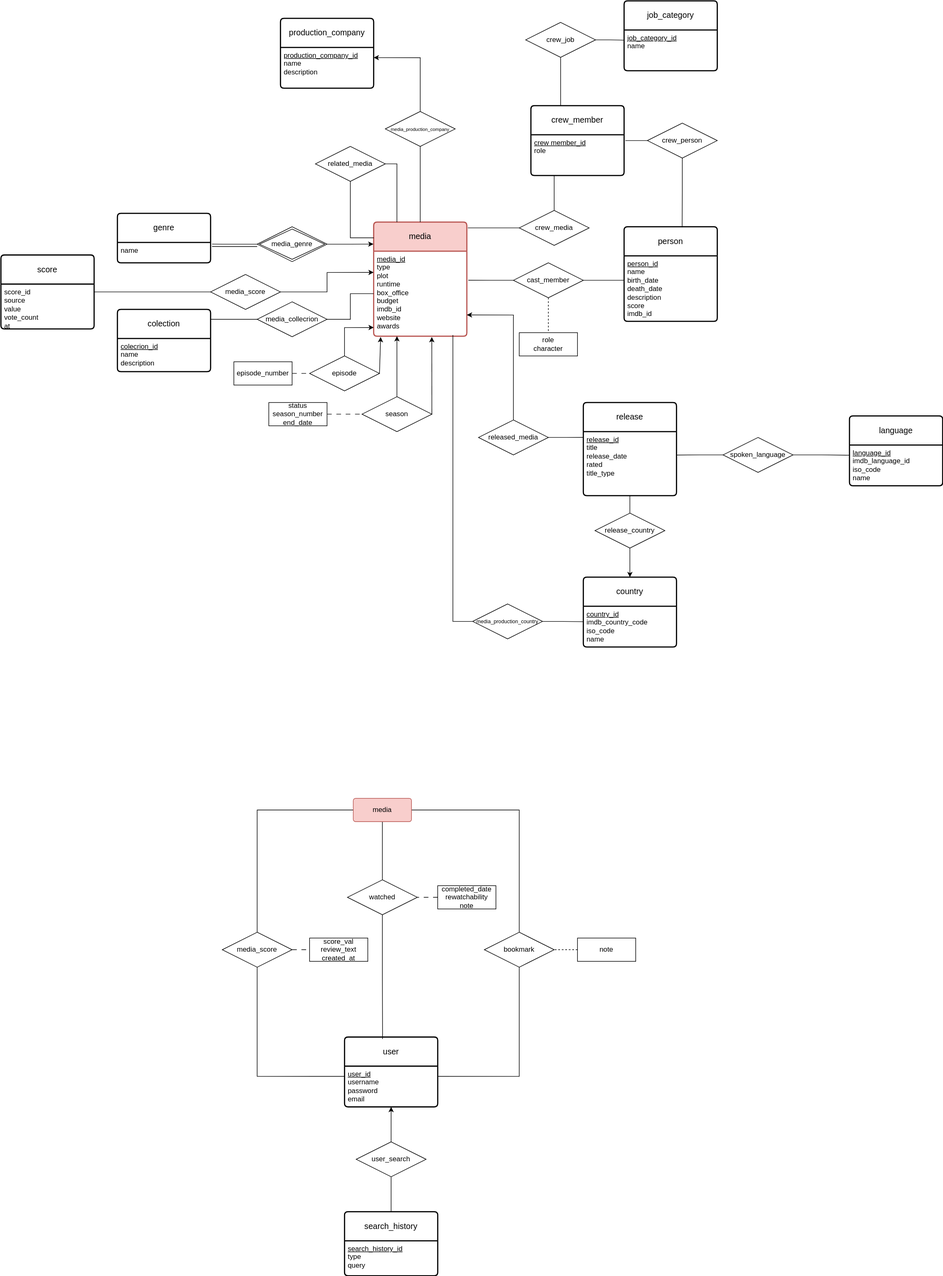
The draw.io diagram ER_diagram_handmade.drawio.svg in RUC-MSc-CS-CIT-2024/portfolio_subproject_1, before a commit. Source tidied: cells renumbered, new cells last; positions are measured from the earlier drawing's top-left corner, leaving out a move shared by most shapes.
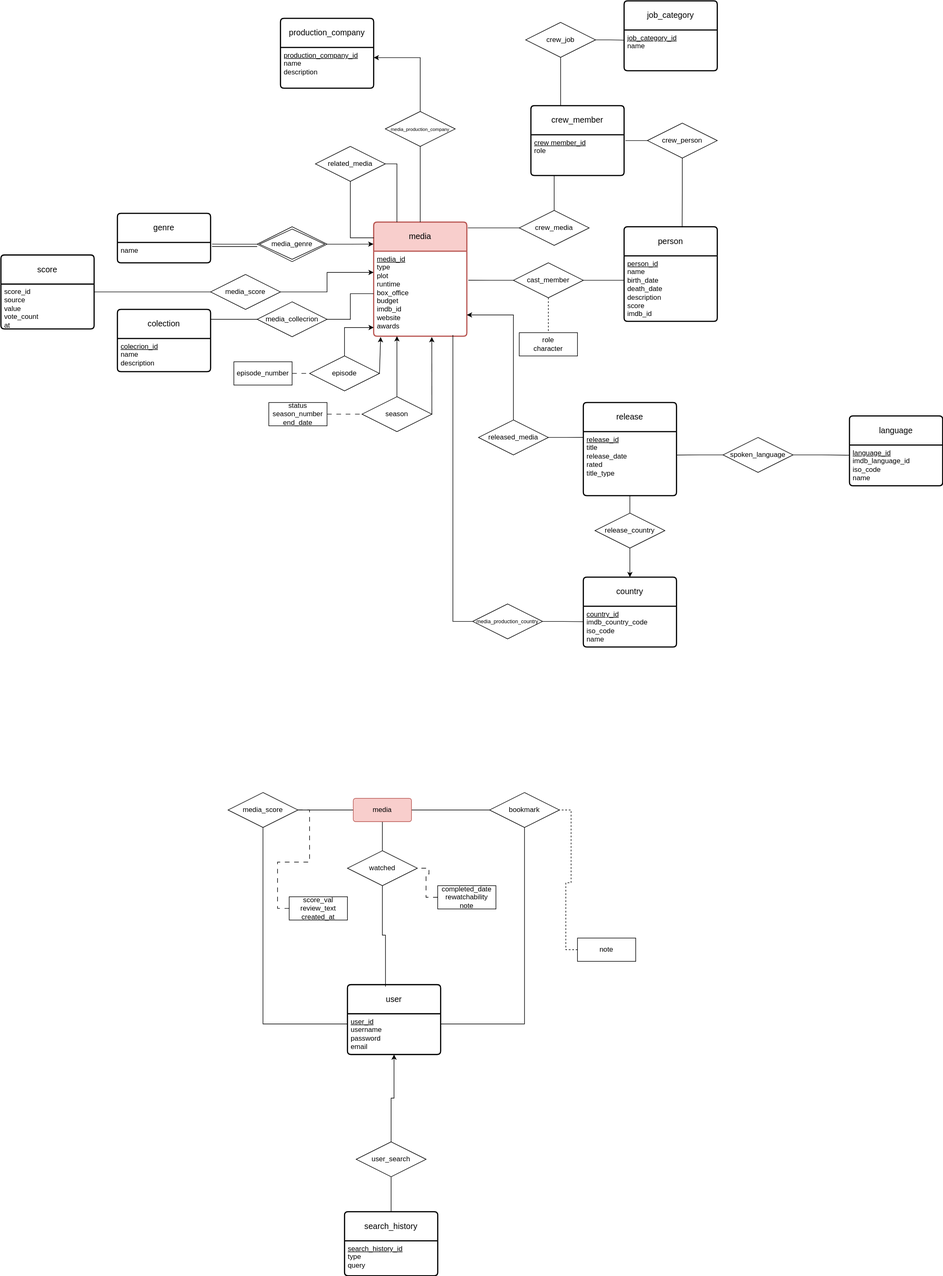
The same diagram one commit later.

Commit message:
docs: update handmade er diagram

Change to the diagram source:
```diff
@@ -208,7 +208,7 @@
       <mxGeometry relative="1" as="geometry" />
     </mxCell>
     <mxCell id="66" value="user" style="swimlane;horizontal=1;startSize=50;rounded=1;fontSize=14;fontStyle=0;strokeWidth=2;shadow=0;dashed=0;align=center;arcSize=4;whiteSpace=wrap;html=1;" parent="1" vertex="1">
-      <mxGeometry x="590" y="1780" width="160" height="120" as="geometry" />
+      <mxGeometry x="595" y="1690" width="160" height="120" as="geometry" />
     </mxCell>
     <mxCell id="67" value="&lt;div&gt;&lt;u&gt;user_id&lt;/u&gt;&lt;/div&gt;&lt;div&gt;username&lt;/div&gt;&lt;div&gt;password&lt;/div&gt;&lt;div&gt;email&lt;br&gt;&lt;/div&gt;" style="align=left;strokeColor=none;fillColor=none;spacingLeft=4;fontSize=12;verticalAlign=top;html=1;" parent="66" vertex="1">
       <mxGeometry y="50" width="160" height="70" as="geometry" />
@@ -228,7 +228,7 @@
     <mxCell id="72" value="&lt;div&gt;user_search&lt;/div&gt;" style="shape=rhombus;perimeter=rhombusPerimeter;whiteSpace=wrap;html=1;align=center;" parent="1" vertex="1">
       <mxGeometry x="610" y="1960" width="120" height="60" as="geometry" />
     </mxCell>
-    <mxCell id="73" style="edgeStyle=orthogonalEdgeStyle;rounded=0;jettySize=auto;html=1;exitX=0.5;exitY=0;exitDx=0;exitDy=0;entryX=0;entryY=0.5;entryDx=0;entryDy=0;endArrow=none;endFill=0;" parent="1" edge="1" source="76" target="82">
+    <mxCell id="73" style="edgeStyle=orthogonalEdgeStyle;rounded=0;jettySize=auto;html=1;entryX=0;entryY=0.5;entryDx=0;entryDy=0;endArrow=none;endFill=0;" parent="1" edge="1" source="76" target="82">
       <mxGeometry relative="1" as="geometry" />
     </mxCell>
     <mxCell id="74" style="edgeStyle=orthogonalEdgeStyle;rounded=0;jettySize=auto;html=1;exitX=0.5;exitY=1;exitDx=0;exitDy=0;entryX=0;entryY=0.25;entryDx=0;entryDy=0;endArrow=none;endFill=0;" parent="1" edge="1" source="76" target="67">
@@ -238,22 +238,22 @@
       <mxGeometry relative="1" as="geometry" />
     </mxCell>
     <mxCell id="76" value="media_score" style="shape=rhombus;perimeter=rhombusPerimeter;whiteSpace=wrap;html=1;align=center;" parent="1" vertex="1">
-      <mxGeometry x="380" y="1600" width="120" height="60" as="geometry" />
+      <mxGeometry x="390" y="1360" width="120" height="60" as="geometry" />
     </mxCell>
-    <mxCell id="77" style="edgeStyle=orthogonalEdgeStyle;rounded=0;jettySize=auto;html=1;exitX=0.5;exitY=0;exitDx=0;exitDy=0;entryX=1;entryY=0.5;entryDx=0;entryDy=0;endArrow=none;endFill=0;" parent="1" edge="1" source="79" target="82">
+    <mxCell id="77" style="edgeStyle=orthogonalEdgeStyle;rounded=0;jettySize=auto;html=1;entryX=1;entryY=0.5;entryDx=0;entryDy=0;endArrow=none;endFill=0;" parent="1" edge="1" source="79" target="82">
       <mxGeometry relative="1" as="geometry" />
     </mxCell>
     <mxCell id="78" style="edgeStyle=orthogonalEdgeStyle;rounded=0;jettySize=auto;html=1;exitX=0.5;exitY=1;exitDx=0;exitDy=0;entryX=1;entryY=0.25;entryDx=0;entryDy=0;endArrow=none;endFill=0;" parent="1" edge="1" source="79" target="67">
       <mxGeometry relative="1" as="geometry" />
     </mxCell>
     <mxCell id="79" value="bookmark" style="shape=rhombus;perimeter=rhombusPerimeter;whiteSpace=wrap;html=1;align=center;" parent="1" vertex="1">
-      <mxGeometry x="830" y="1600" width="120" height="60" as="geometry" />
+      <mxGeometry x="839" y="1360" width="120" height="60" as="geometry" />
     </mxCell>
     <mxCell id="80" style="edgeStyle=orthogonalEdgeStyle;rounded=0;jettySize=auto;html=1;exitX=0.5;exitY=0;exitDx=0;exitDy=0;entryX=0.5;entryY=1;entryDx=0;entryDy=0;endArrow=none;endFill=0;" parent="1" edge="1" source="81" target="82">
       <mxGeometry relative="1" as="geometry" />
     </mxCell>
     <mxCell id="81" value="watched" style="shape=rhombus;perimeter=rhombusPerimeter;whiteSpace=wrap;html=1;align=center;" parent="1" vertex="1">
-      <mxGeometry x="595" y="1510" width="120" height="60" as="geometry" />
+      <mxGeometry x="595" y="1460" width="120" height="60" as="geometry" />
     </mxCell>
     <mxCell id="82" value="&lt;div&gt;media&lt;/div&gt;" style="rounded=1;arcSize=10;whiteSpace=wrap;html=1;align=center;fillColor=#f8cecc;strokeColor=#b85450;" parent="1" vertex="1">
       <mxGeometry x="605" y="1370" width="100" height="40" as="geometry" />
@@ -274,7 +274,7 @@
       <mxGeometry x="750" y="1520" width="100" height="40" as="geometry" />
     </mxCell>
     <mxCell id="88" value="&lt;div&gt;score_val&lt;/div&gt;&lt;div&gt;review_text&lt;/div&gt;&lt;div&gt;created_at&lt;br&gt;&lt;/div&gt;" style="whiteSpace=wrap;html=1;align=center;" parent="1" vertex="1">
-      <mxGeometry x="530" y="1610" width="100" height="40" as="geometry" />
+      <mxGeometry x="495" y="1539" width="100" height="40" as="geometry" />
     </mxCell>
     <mxCell id="89" style="edgeStyle=none;html=1;exitX=0.5;exitY=0;exitDx=0;exitDy=0;entryX=0.25;entryY=1;entryDx=0;entryDy=0;" parent="1" edge="1" source="91" target="11">
       <mxGeometry relative="1" as="geometry" />
```
